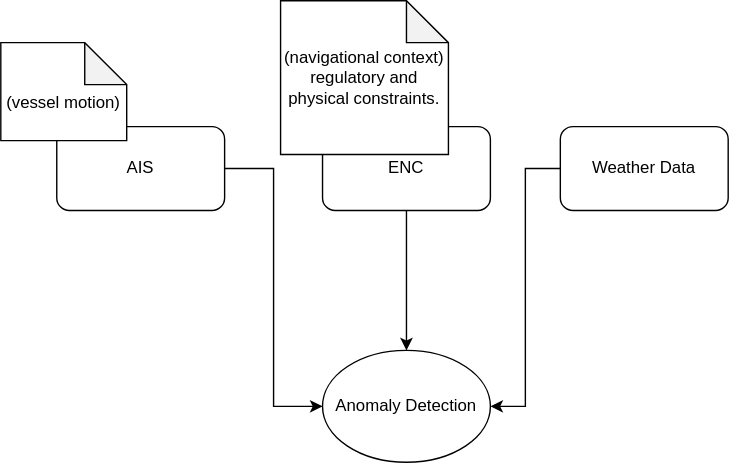
Before: docs/architecture.drawio.svg, a diagram exported from draw.io (mohammed1916/marine-anomaly). Source tidied: cells renumbered, new cells last; positions are measured from the earlier drawing's top-left corner, leaving out a move shared by most shapes. Source of this version:
```xml
<mxGraphModel>
  <root>
    <mxCell id="0" />
    <mxCell id="1" parent="0" />
    <mxCell id="2" style="edgeStyle=orthogonalEdgeStyle;rounded=0;jettySize=auto;html=1;entryX=0.5;entryY=0;entryDx=0;entryDy=0;" parent="1" edge="1" source="3" target="10">
      <mxGeometry relative="1" as="geometry" />
    </mxCell>
    <mxCell id="3" value="ENC" style="rounded=1;whiteSpace=wrap;html=1;" parent="1" vertex="1">
      <mxGeometry x="230" y="90" width="120" height="60" as="geometry" />
    </mxCell>
    <mxCell id="4" style="edgeStyle=orthogonalEdgeStyle;rounded=0;jettySize=auto;html=1;entryX=0;entryY=0.5;entryDx=0;entryDy=0;" parent="1" edge="1" source="5" target="10">
      <mxGeometry relative="1" as="geometry" />
    </mxCell>
    <mxCell id="5" value="AIS" style="rounded=1;whiteSpace=wrap;html=1;" parent="1" vertex="1">
      <mxGeometry x="40" y="90" width="120" height="60" as="geometry" />
    </mxCell>
    <mxCell id="6" value="&lt;div&gt;&lt;br&gt;&lt;/div&gt;&lt;div&gt;(vessel motion)&lt;/div&gt;" style="shape=note;whiteSpace=wrap;html=1;backgroundOutline=1;darkOpacity=0.05;" parent="1" vertex="1">
      <mxGeometry y="30" width="90" height="70" as="geometry" />
    </mxCell>
    <mxCell id="7" value="(navigational context)&lt;div&gt;regulatory and physical constraints.&lt;/div&gt;" style="shape=note;whiteSpace=wrap;html=1;backgroundOutline=1;darkOpacity=0.05;" parent="1" vertex="1">
      <mxGeometry x="200" width="120" height="110" as="geometry" />
    </mxCell>
    <mxCell id="8" style="edgeStyle=orthogonalEdgeStyle;rounded=0;jettySize=auto;html=1;entryX=1;entryY=0.5;entryDx=0;entryDy=0;" parent="1" edge="1" source="9" target="10">
      <mxGeometry relative="1" as="geometry" />
    </mxCell>
    <mxCell id="9" value="Weather Data" style="rounded=1;whiteSpace=wrap;html=1;" parent="1" vertex="1">
      <mxGeometry x="400" y="90" width="120" height="60" as="geometry" />
    </mxCell>
    <mxCell id="10" value="Anomaly Detection" style="ellipse;whiteSpace=wrap;html=1;" parent="1" vertex="1">
      <mxGeometry x="230" y="250" width="120" height="80" as="geometry" />
    </mxCell>
  </root>
</mxGraphModel>
```
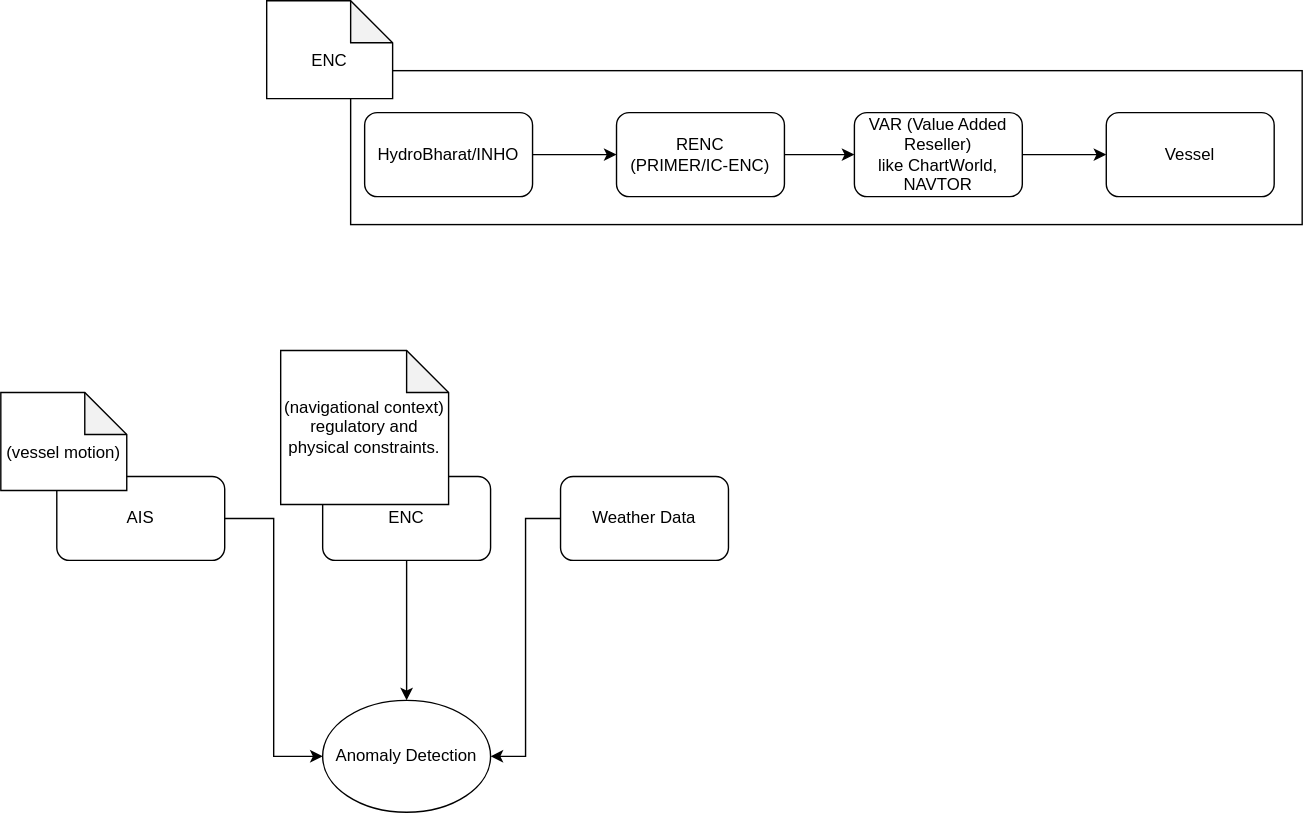
Later version of the same file.

The edit, as a diff of the source:
```diff
@@ -2,6 +2,9 @@
   <root>
     <mxCell id="0" />
     <mxCell id="1" parent="0" />
+    <mxCell id="11" style="rounded=0;whiteSpace=wrap;html=1;" parent="1" vertex="1">
+      <mxGeometry x="250" y="-200" width="680" height="110" as="geometry" />
+    </mxCell>
     <mxCell id="2" style="edgeStyle=orthogonalEdgeStyle;rounded=0;jettySize=auto;html=1;entryX=0.5;entryY=0;entryDx=0;entryDy=0;" parent="1" edge="1" source="3" target="10">
       <mxGeometry relative="1" as="geometry" />
     </mxCell>
@@ -29,5 +32,29 @@
     <mxCell id="10" value="Anomaly Detection" style="ellipse;whiteSpace=wrap;html=1;" parent="1" vertex="1">
       <mxGeometry x="230" y="250" width="120" height="80" as="geometry" />
     </mxCell>
+    <mxCell id="12" style="edgeStyle=orthogonalEdgeStyle;rounded=0;jettySize=auto;html=1;entryX=0;entryY=0.5;entryDx=0;entryDy=0;" parent="1" edge="1" source="13" target="15">
+      <mxGeometry relative="1" as="geometry" />
+    </mxCell>
+    <mxCell id="13" value="HydroBharat/INHO" style="rounded=1;whiteSpace=wrap;html=1;" parent="1" vertex="1">
+      <mxGeometry x="260" y="-170" width="120" height="60" as="geometry" />
+    </mxCell>
+    <mxCell id="14" style="edgeStyle=orthogonalEdgeStyle;rounded=0;jettySize=auto;html=1;entryX=0;entryY=0.5;entryDx=0;entryDy=0;" parent="1" edge="1" source="15" target="17">
+      <mxGeometry relative="1" as="geometry" />
+    </mxCell>
+    <mxCell id="15" value="RENC &lt;div&gt;(PRIMER/IC-ENC)&lt;/div&gt;" style="rounded=1;whiteSpace=wrap;html=1;" parent="1" vertex="1">
+      <mxGeometry x="440" y="-170" width="120" height="60" as="geometry" />
+    </mxCell>
+    <mxCell id="16" style="edgeStyle=orthogonalEdgeStyle;rounded=0;jettySize=auto;html=1;entryX=0;entryY=0.5;entryDx=0;entryDy=0;" parent="1" edge="1" source="17" target="18">
+      <mxGeometry relative="1" as="geometry" />
+    </mxCell>
+    <mxCell id="17" value="VAR (Value Added Reseller) like&amp;nbsp;ChartWorld, NAVTOR" style="rounded=1;whiteSpace=wrap;html=1;" parent="1" vertex="1">
+      <mxGeometry x="610" y="-170" width="120" height="60" as="geometry" />
+    </mxCell>
+    <mxCell id="18" value="Vessel  " style="rounded=1;whiteSpace=wrap;html=1;" parent="1" vertex="1">
+      <mxGeometry x="790" y="-170" width="120" height="60" as="geometry" />
+    </mxCell>
+    <mxCell id="19" value="&lt;div&gt;&lt;br&gt;&lt;/div&gt;&lt;div&gt;ENC&lt;/div&gt;" style="shape=note;whiteSpace=wrap;html=1;backgroundOutline=1;darkOpacity=0.05;" parent="1" vertex="1">
+      <mxGeometry x="190" y="-250" width="90" height="70" as="geometry" />
+    </mxCell>
   </root>
 </mxGraphModel>
```
